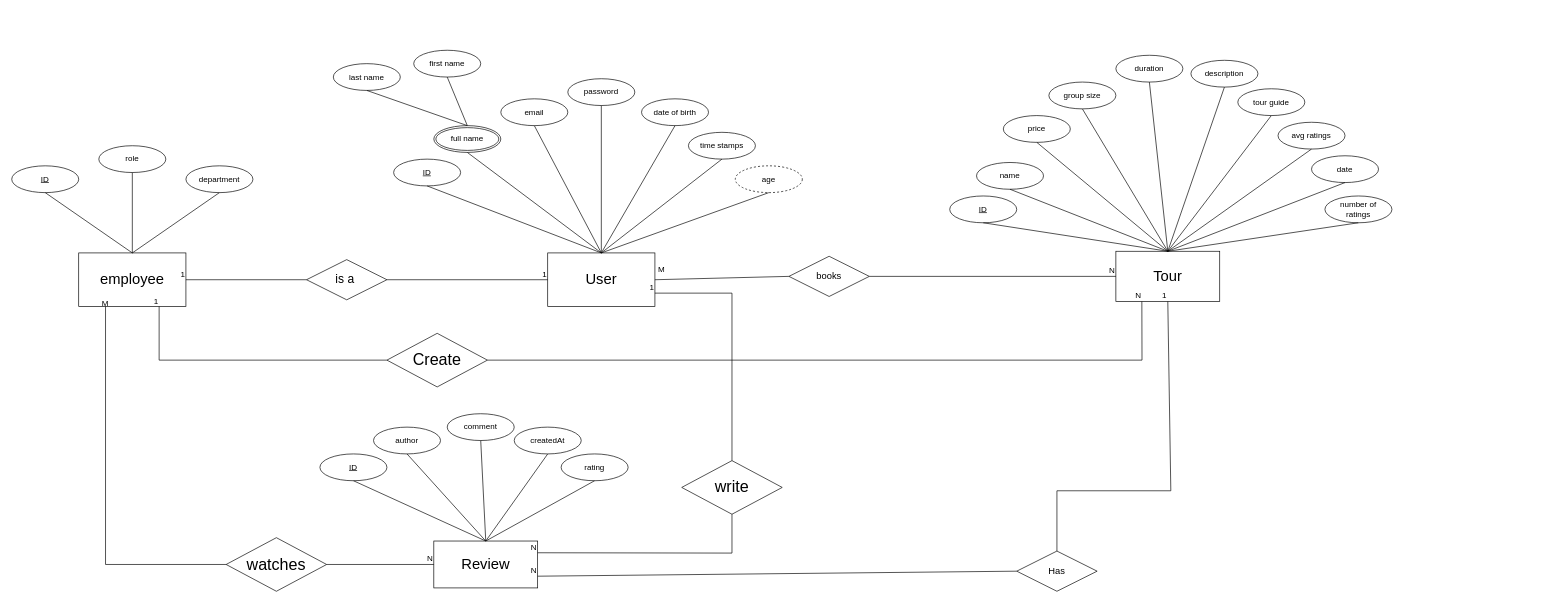
This is docs/ERD.drawio from AbdelrhmanAhmed024/Bibliotheca-Alexandrina-Tour-System, a draw.io file, before an edit. Source tidied: cells renumbered, new cells numbered last; positions are measured from the earlier drawing's top-left corner, leaving out a move shared by most shapes. Both pictures are drawn from the tidied source at 67%, with x=0, y=0 at pixel (11, 50).
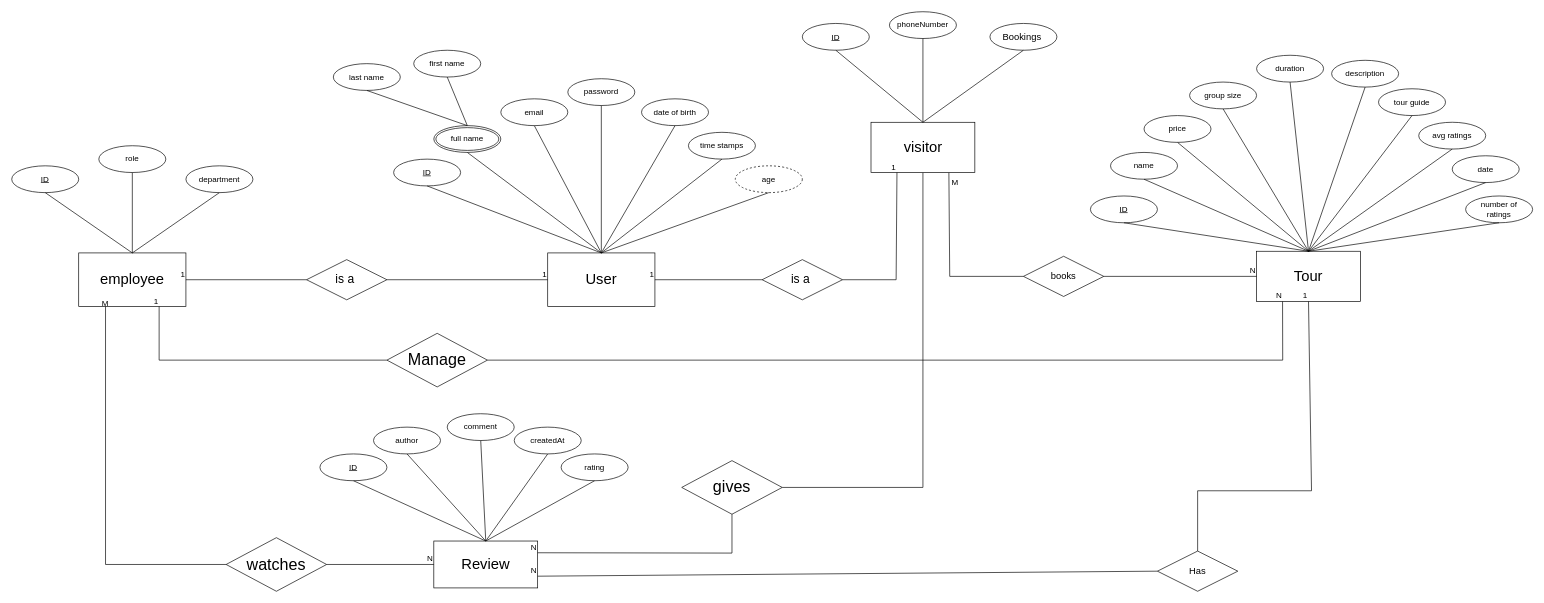
The same page after the edit.

Commit message (it also covers changes not shown here):
ERD enhancement + model creation

The change refers to these unchanged cells:
```xml
<mxCell id="21" value="&lt;font style=&quot;font-size: 22px;&quot;&gt;User&lt;/font&gt;" style="whiteSpace=wrap;html=1;align=center;" parent="1" vertex="1">
  <mxGeometry x="800" y="302" width="160" height="80" as="geometry" />
</mxCell>
```

What changed in the source:
```diff
@@
     <mxCell id="2" value="&lt;font style=&quot;font-size: 22px;&quot;&gt;Tour&lt;/font&gt;" style="whiteSpace=wrap;html=1;align=center;" parent="1" vertex="1">
-      <mxGeometry x="1648" y="299.5" width="155" height="75" as="geometry" />
+      <mxGeometry x="1858" y="299.5" width="155" height="75" as="geometry" />
     </mxCell>
     <mxCell id="3" value="duration" style="ellipse;whiteSpace=wrap;html=1;align=center;" parent="1" vertex="1">
-      <mxGeometry x="1648" y="7" width="100" height="40" as="geometry" />
+      <mxGeometry x="1858" y="7" width="100" height="40" as="geometry" />
     </mxCell>
     <mxCell id="4" value="description" style="ellipse;whiteSpace=wrap;html=1;align=center;" parent="1" vertex="1">
-      <mxGeometry x="1760" y="14.5" width="100" height="40" as="geometry" />
+      <mxGeometry x="1970" y="14.5" width="100" height="40" as="geometry" />
     </mxCell>
     <mxCell id="5" value="tour guide" style="ellipse;whiteSpace=wrap;html=1;align=center;" parent="1" vertex="1">
-      <mxGeometry x="1830" y="57" width="100" height="40" as="geometry" />
+      <mxGeometry x="2040" y="57" width="100" height="40" as="geometry" />
     </mxCell>
     <mxCell id="6" value="group size" style="ellipse;whiteSpace=wrap;html=1;align=center;" parent="1" vertex="1">
-      <mxGeometry x="1548" y="47" width="100" height="40" as="geometry" />
+      <mxGeometry x="1758" y="47" width="100" height="40" as="geometry" />
     </mxCell>
     <mxCell id="7" value="name" style="ellipse;whiteSpace=wrap;html=1;align=center;" parent="1" vertex="1">
-      <mxGeometry x="1440" y="167" width="100" height="40" as="geometry" />
+      <mxGeometry x="1640" y="152" width="100" height="40" as="geometry" />
     </mxCell>
     <mxCell id="8" value="ID" style="ellipse;whiteSpace=wrap;html=1;align=center;fontStyle=4;" parent="1" vertex="1">
-      <mxGeometry x="1400" y="217" width="100" height="40" as="geometry" />
+      <mxGeometry x="1610" y="217" width="100" height="40" as="geometry" />
     </mxCell>
     <mxCell id="9" value="price" style="ellipse;whiteSpace=wrap;html=1;align=center;" parent="1" vertex="1">
-      <mxGeometry x="1480" y="97" width="100" height="40" as="geometry" />
+      <mxGeometry x="1690" y="97" width="100" height="40" as="geometry" />
     </mxCell>
     <mxCell id="10" value="avg ratings" style="ellipse;whiteSpace=wrap;html=1;align=center;" parent="1" vertex="1">
-      <mxGeometry x="1890" y="107" width="100" height="40" as="geometry" />
+      <mxGeometry x="2100" y="107" width="100" height="40" as="geometry" />
     </mxCell>
     <mxCell id="11" value="date" style="ellipse;whiteSpace=wrap;html=1;align=center;" parent="1" vertex="1">
-      <mxGeometry x="1940" y="157" width="100" height="40" as="geometry" />
+      <mxGeometry x="2150" y="157" width="100" height="40" as="geometry" />
     </mxCell>
@@
     <mxCell id="39" value="number of&lt;div&gt;&amp;nbsp;ratings&amp;nbsp;&lt;/div&gt;" style="ellipse;whiteSpace=wrap;html=1;align=center;" parent="1" vertex="1">
-      <mxGeometry x="1960" y="217" width="100" height="40" as="geometry" />
+      <mxGeometry x="2170" y="217" width="100" height="40" as="geometry" />
     </mxCell>
@@
-    <mxCell id="65" value="&lt;font style=&quot;font-size: 24px;&quot;&gt;Create&lt;/font&gt;" style="shape=rhombus;perimeter=rhombusPerimeter;whiteSpace=wrap;html=1;align=center;" parent="1" vertex="1">
+    <mxCell id="65" value="&lt;font style=&quot;font-size: 24px;&quot;&gt;Manage&lt;/font&gt;" style="shape=rhombus;perimeter=rhombusPerimeter;whiteSpace=wrap;html=1;align=center;" parent="1" vertex="1">
       <mxGeometry x="560" y="422" width="150" height="80" as="geometry" />
     </mxCell>
@@
     <mxCell id="68" value="&lt;font style=&quot;font-size: 14px;&quot;&gt;books&lt;/font&gt;" style="shape=rhombus;perimeter=rhombusPerimeter;whiteSpace=wrap;html=1;align=center;" parent="1" vertex="1">
-      <mxGeometry x="1160" y="307" width="120" height="60" as="geometry" />
+      <mxGeometry x="1510" y="307" width="120" height="60" as="geometry" />
     </mxCell>
-    <mxCell id="69" style="endArrow=none;html=1;rounded=0;entryX=0;entryY=0.5;entryDx=0;entryDy=0;exitX=1;exitY=0.5;exitDx=0;exitDy=0;" parent="1" edge="1" source="21" target="68">
-      <mxGeometry relative="1" as="geometry" />
+    <mxCell id="69" style="endArrow=none;html=1;rounded=0;entryX=0;entryY=0.5;entryDx=0;entryDy=0;exitX=0.75;exitY=1;exitDx=0;exitDy=0;" parent="1" edge="1" source="90" target="68">
+      <mxGeometry relative="1" as="geometry">
+        <Array as="points">
+          <mxPoint x="1400" y="337" />
+        </Array>
+      </mxGeometry>
     </mxCell>
     <mxCell id="70" value="&lt;font style=&quot;font-size: 12px;&quot;&gt;M&lt;/font&gt;" style="text;html=1;align=center;verticalAlign=middle;whiteSpace=wrap;rounded=0;" parent="1" vertex="1">
-      <mxGeometry x="940" y="312" width="60" height="30" as="geometry" />
+      <mxGeometry x="1377.5" y="182" width="60" height="30" as="geometry" />
     </mxCell>
@@
     <mxCell id="76" value="&lt;font style=&quot;font-size: 14px;&quot;&gt;Has&lt;/font&gt;" style="shape=rhombus;perimeter=rhombusPerimeter;whiteSpace=wrap;html=1;align=center;" parent="1" vertex="1">
-      <mxGeometry x="1500" y="747" width="120" height="60" as="geometry" />
+      <mxGeometry x="1710" y="747" width="120" height="60" as="geometry" />
     </mxCell>
     <mxCell id="77" style="endArrow=none;html=1;rounded=0;entryX=0.25;entryY=1;entryDx=0;entryDy=0;exitX=1;exitY=0.5;exitDx=0;exitDy=0;" parent="1" edge="1" source="65" target="2">
       <mxGeometry relative="1" as="geometry">
         <Array as="points">
-          <mxPoint x="1687" y="462" />
+          <mxPoint x="1897" y="462" />
         </Array>
       </mxGeometry>
     </mxCell>
@@
     <mxCell id="83" style="endArrow=none;html=1;rounded=0;entryX=0.5;entryY=1;entryDx=0;entryDy=0;exitX=0.5;exitY=0;exitDx=0;exitDy=0;" parent="1" edge="1" source="76" target="2">
       <mxGeometry relative="1" as="geometry">
         <Array as="points">
-          <mxPoint x="1560" y="657" />
-          <mxPoint x="1730" y="657" />
+          <mxPoint x="1770" y="657" />
+          <mxPoint x="1940" y="657" />
         </Array>
       </mxGeometry>
     </mxCell>
@@
-    <mxCell id="85" value="&lt;font style=&quot;font-size: 24px;&quot;&gt;write&lt;/font&gt;" style="shape=rhombus;perimeter=rhombusPerimeter;whiteSpace=wrap;html=1;align=center;" parent="1" vertex="1">
+    <mxCell id="85" value="&lt;span style=&quot;font-size: 24px;&quot;&gt;gives&lt;/span&gt;" style="shape=rhombus;perimeter=rhombusPerimeter;whiteSpace=wrap;html=1;align=center;" parent="1" vertex="1">
       <mxGeometry x="1000" y="612" width="150" height="80" as="geometry" />
     </mxCell>
@@
-    <mxCell id="88" style="endArrow=none;html=1;rounded=0;entryX=1;entryY=0.75;entryDx=0;entryDy=0;exitX=0.5;exitY=0;exitDx=0;exitDy=0;" parent="1" edge="1" source="85" target="21">
+    <mxCell id="88" style="endArrow=none;html=1;rounded=0;entryX=0.5;entryY=1;entryDx=0;entryDy=0;exitX=1;exitY=0.5;exitDx=0;exitDy=0;" parent="1" edge="1" source="85" target="90">
       <mxGeometry relative="1" as="geometry">
         <Array as="points">
-          <mxPoint x="1075" y="362" />
+          <mxPoint x="1360" y="652" />
         </Array>
       </mxGeometry>
     </mxCell>
@@
+    <mxCell id="90" value="&lt;font style=&quot;font-size: 22px;&quot;&gt;visitor&lt;/font&gt;" style="whiteSpace=wrap;html=1;align=center;" parent="1" vertex="1">
+      <mxGeometry x="1282.5" y="107" width="155" height="75" as="geometry" />
+    </mxCell>
+    <mxCell id="91" value="ID" style="ellipse;whiteSpace=wrap;html=1;align=center;fontStyle=4;" parent="1" vertex="1">
+      <mxGeometry x="1180" y="-40.5" width="100" height="40" as="geometry" />
+    </mxCell>
+    <mxCell id="92" value="phoneNumber" style="ellipse;whiteSpace=wrap;html=1;align=center;" parent="1" vertex="1">
+      <mxGeometry x="1310" y="-58" width="100" height="40" as="geometry" />
+    </mxCell>
+    <mxCell id="93" value="&lt;p class=&quot;MsoNormal&quot;&gt;&lt;span style=&quot;line-height: 107%;&quot;&gt;&lt;font style=&quot;font-size: 14px;&quot;&gt;Bookings&amp;nbsp;&lt;/font&gt;&lt;/span&gt;&lt;/p&gt;" style="ellipse;whiteSpace=wrap;html=1;align=center;" parent="1" vertex="1">
+      <mxGeometry x="1460" y="-40.5" width="100" height="40" as="geometry" />
+    </mxCell>
+    <mxCell id="94" style="endArrow=none;html=1;entryX=0.5;entryY=1;entryDx=0;entryDy=0;exitX=0.5;exitY=0;exitDx=0;exitDy=0;" parent="1" edge="1" source="90" target="91">
+      <mxGeometry relative="1" as="geometry" />
+    </mxCell>
+    <mxCell id="95" style="endArrow=none;html=1;exitX=0.5;exitY=0;exitDx=0;exitDy=0;entryX=0.5;entryY=1;entryDx=0;entryDy=0;" parent="1" edge="1" source="90" target="92">
+      <mxGeometry relative="1" as="geometry" />
+    </mxCell>
+    <mxCell id="96" style="endArrow=none;html=1;exitX=0.5;exitY=1;exitDx=0;exitDy=0;entryX=0.5;entryY=0;entryDx=0;entryDy=0;" parent="1" edge="1" source="93" target="90">
+      <mxGeometry relative="1" as="geometry" />
+    </mxCell>
+    <mxCell id="97" value="&lt;font style=&quot;font-size: 18px;&quot;&gt;is a&amp;nbsp;&lt;/font&gt;" style="shape=rhombus;perimeter=rhombusPerimeter;whiteSpace=wrap;html=1;align=center;" parent="1" vertex="1">
+      <mxGeometry x="1120" y="312" width="120" height="60" as="geometry" />
+    </mxCell>
+    <mxCell id="98" style="endArrow=none;html=1;rounded=0;entryX=0.25;entryY=1;entryDx=0;entryDy=0;exitX=1;exitY=0.5;exitDx=0;exitDy=0;" parent="1" edge="1" source="97" target="90">
+      <mxGeometry relative="1" as="geometry">
+        <Array as="points">
+          <mxPoint x="1320" y="342" />
+        </Array>
+      </mxGeometry>
+    </mxCell>
+    <mxCell id="99" value="1" style="html=1;whiteSpace=wrap;align=right;verticalAlign=bottom;" parent="98" vertex="1">
+      <mxGeometry x="1" relative="1" as="geometry" />
+    </mxCell>
+    <mxCell id="100" style="endArrow=none;html=1;rounded=0;entryX=1;entryY=0.5;entryDx=0;entryDy=0;exitX=0;exitY=0.5;exitDx=0;exitDy=0;" parent="1" edge="1" source="97" target="21">
+      <mxGeometry relative="1" as="geometry" />
+    </mxCell>
+    <mxCell id="101" value="1" style="html=1;whiteSpace=wrap;align=right;verticalAlign=bottom;" parent="100" vertex="1">
+      <mxGeometry x="1" relative="1" as="geometry" />
+    </mxCell>
```
